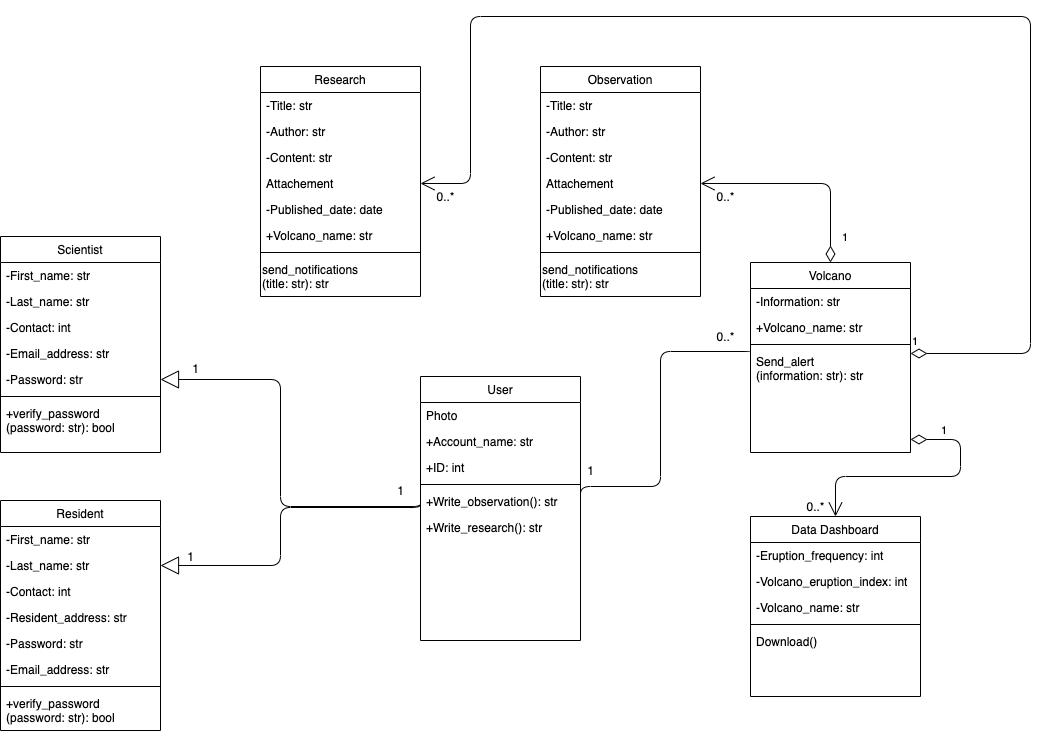
Earlier version of the draw.io export images/Class diagram.png (Longfei-CLF/coursework-1-Longfei-CLF). Source tidied: cells renumbered, new cells last; positions are measured from the earlier drawing's top-left corner, leaving out a move shared by most shapes.
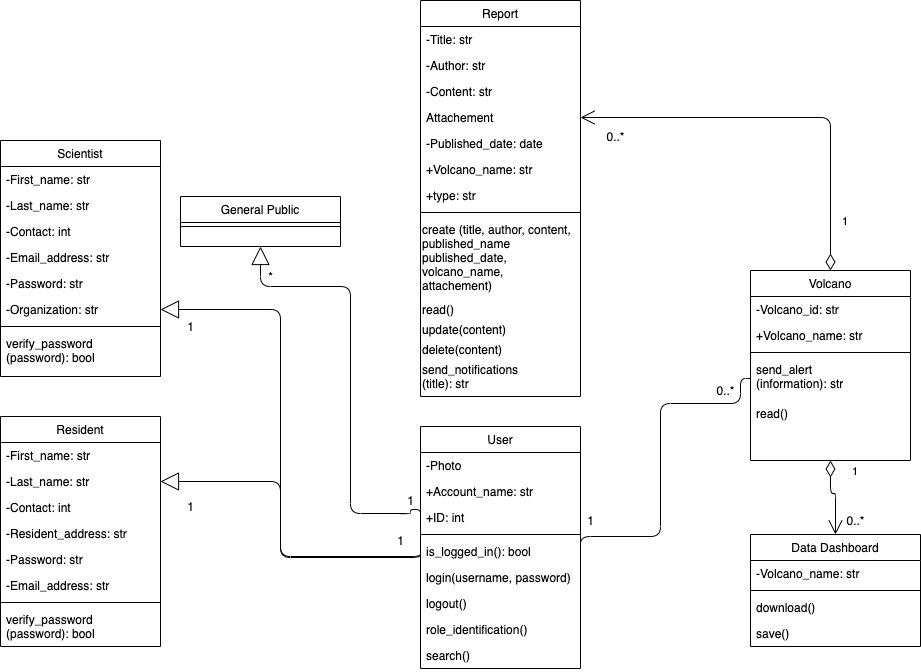
After the commit.

Commit message:
update class diagram

What changed in the source:
```diff
@@ -5,3 +5,3 @@
     <mxCell id="2" value="Scientist" style="swimlane;fontStyle=0;align=center;verticalAlign=top;horizontal=1;startSize=26;rounded=0;shadow=0;strokeWidth=1;" parent="1" vertex="1">
-      <mxGeometry y="220" width="160" height="216" as="geometry" />
+      <mxGeometry y="74" width="160" height="236" as="geometry" />
     </mxCell>
@@ -19,15 +19,18 @@
     </mxCell>
+    <mxCell id="69" value="-Password: str" style="text;align=left;verticalAlign=top;spacingLeft=4;spacingRight=4;overflow=hidden;" parent="2" vertex="1">
+      <mxGeometry y="130" width="160" height="26" as="geometry" />
+    </mxCell>
-    <mxCell id="7" value="-Password: str" style="text;align=left;verticalAlign=top;spacingLeft=4;spacingRight=4;overflow=hidden;points=[[0,0.5],[1,0.5]];portConstraint=eastwest;" parent="2" vertex="1">
-      <mxGeometry y="130" width="160" height="26" as="geometry" />
+    <mxCell id="7" value="-Organization: str" style="text;align=left;verticalAlign=top;spacingLeft=4;spacingRight=4;overflow=hidden;points=[[0,0.5],[1,0.5]];portConstraint=eastwest;" parent="2" vertex="1">
+      <mxGeometry y="156" width="160" height="26" as="geometry" />
     </mxCell>
     <mxCell id="8" style="line;html=1;strokeWidth=1;align=left;verticalAlign=middle;spacingTop=-1;spacingLeft=3;spacingRight=3;labelPosition=right;" parent="2" vertex="1">
-      <mxGeometry y="156" width="160" height="8" as="geometry" />
+      <mxGeometry y="182" width="160" height="8" as="geometry" />
     </mxCell>
-    <mxCell id="9" value="+verify_password&#10;(password: str): bool" style="text;align=left;verticalAlign=top;spacingLeft=4;spacingRight=4;overflow=hidden;" parent="2" vertex="1">
-      <mxGeometry y="164" width="160" height="46" as="geometry" />
+    <mxCell id="9" value="verify_password&#10;(password): bool" style="text;align=left;verticalAlign=top;spacingLeft=4;spacingRight=4;overflow=hidden;" parent="2" vertex="1">
+      <mxGeometry y="190" width="160" height="46" as="geometry" />
     </mxCell>
     <mxCell id="10" value="Volcano" style="swimlane;fontStyle=0;align=center;verticalAlign=top;horizontal=1;startSize=26;rounded=0;shadow=0;strokeWidth=1;" parent="1" vertex="1">
-      <mxGeometry x="750" y="246" width="160" height="190" as="geometry" />
+      <mxGeometry x="750" y="204" width="160" height="190" as="geometry" />
     </mxCell>
-    <mxCell id="11" value="-Information: str" style="text;align=left;verticalAlign=top;spacingLeft=4;spacingRight=4;overflow=hidden;" parent="10" vertex="1">
+    <mxCell id="11" value="-Volcano_id: str" style="text;align=left;verticalAlign=top;spacingLeft=4;spacingRight=4;overflow=hidden;" parent="10" vertex="1">
       <mxGeometry y="26" width="160" height="26" as="geometry" />
@@ -40,9 +43,12 @@
     </mxCell>
-    <mxCell id="14" value="Send_alert&#10;(information: str): str" style="text;align=left;verticalAlign=top;spacingLeft=4;spacingRight=4;overflow=hidden;points=[[0,0.5],[1,0.5]];portConstraint=eastwest;" parent="10" vertex="1">
+    <mxCell id="14" value="send_alert&#10;(information): str" style="text;align=left;verticalAlign=top;spacingLeft=4;spacingRight=4;overflow=hidden;points=[[0,0.5],[1,0.5]];portConstraint=eastwest;" parent="10" vertex="1">
       <mxGeometry y="86" width="160" height="44" as="geometry" />
     </mxCell>
+    <mxCell id="70" value="read()" style="text;align=left;verticalAlign=top;spacingLeft=4;spacingRight=4;overflow=hidden;" parent="10" vertex="1">
+      <mxGeometry y="130" width="160" height="20" as="geometry" />
+    </mxCell>
     <mxCell id="15" value="User" style="swimlane;fontStyle=0;align=center;verticalAlign=top;horizontal=1;startSize=26;rounded=0;shadow=0;strokeWidth=1;" parent="1" vertex="1">
-      <mxGeometry x="420" y="360" width="160" height="264" as="geometry" />
+      <mxGeometry x="420" y="360" width="160" height="242" as="geometry" />
     </mxCell>
-    <mxCell id="16" value="Photo" style="text;align=left;verticalAlign=top;spacingLeft=4;spacingRight=4;overflow=hidden;" parent="15" vertex="1">
+    <mxCell id="16" value="-Photo" style="text;align=left;verticalAlign=top;spacingLeft=4;spacingRight=4;overflow=hidden;" parent="15" vertex="1">
       <mxGeometry y="26" width="160" height="26" as="geometry" />
@@ -58,10 +64,19 @@
     </mxCell>
-    <mxCell id="20" value="+Write_observation(): str" style="text;align=left;verticalAlign=top;spacingLeft=4;spacingRight=4;overflow=hidden;points=[[0,0.5],[1,0.5]];portConstraint=eastwest;" parent="15" vertex="1">
+    <mxCell id="20" value="is_logged_in(): bool" style="text;align=left;verticalAlign=top;spacingLeft=4;spacingRight=4;overflow=hidden;points=[[0,0.5],[1,0.5]];portConstraint=eastwest;" parent="15" vertex="1">
       <mxGeometry y="112" width="160" height="26" as="geometry" />
     </mxCell>
-    <mxCell id="21" value="+Write_research(): str" style="text;align=left;verticalAlign=top;spacingLeft=4;spacingRight=4;overflow=hidden;" parent="15" vertex="1">
+    <mxCell id="21" value="login(username, password) " style="text;align=left;verticalAlign=top;spacingLeft=4;spacingRight=4;overflow=hidden;" parent="15" vertex="1">
       <mxGeometry y="138" width="160" height="26" as="geometry" />
     </mxCell>
+    <mxCell id="71" value="logout() " style="text;align=left;verticalAlign=top;spacingLeft=4;spacingRight=4;overflow=hidden;" parent="15" vertex="1">
+      <mxGeometry y="164" width="160" height="26" as="geometry" />
+    </mxCell>
+    <mxCell id="72" value="role_identification() " style="text;align=left;verticalAlign=top;spacingLeft=4;spacingRight=4;overflow=hidden;" parent="15" vertex="1">
+      <mxGeometry y="190" width="160" height="26" as="geometry" />
+    </mxCell>
+    <mxCell id="73" value="search() " style="text;align=left;verticalAlign=top;spacingLeft=4;spacingRight=4;overflow=hidden;" parent="15" vertex="1">
+      <mxGeometry y="216" width="160" height="26" as="geometry" />
+    </mxCell>
-    <mxCell id="22" value="Observation" style="swimlane;fontStyle=0;align=center;verticalAlign=top;horizontal=1;startSize=26;rounded=0;shadow=0;strokeWidth=1;" parent="1" vertex="1">
-      <mxGeometry x="540" y="50" width="160" height="230" as="geometry" />
+    <mxCell id="22" value="Report" style="swimlane;fontStyle=0;align=center;verticalAlign=top;horizontal=1;startSize=26;rounded=0;shadow=0;strokeWidth=1;" parent="1" vertex="1">
+      <mxGeometry x="420" y="-66" width="160" height="396" as="geometry" />
     </mxCell>
@@ -82,40 +97,28 @@
     </mxCell>
+    <mxCell id="37" value="+Volcano_name: str" style="text;align=left;verticalAlign=top;spacingLeft=4;spacingRight=4;overflow=hidden;" parent="22" vertex="1">
+      <mxGeometry y="156" width="160" height="26" as="geometry" />
+    </mxCell>
-    <mxCell id="28" value="+Volcano_name: str" style="text;align=left;verticalAlign=top;spacingLeft=4;spacingRight=4;overflow=hidden;" parent="22" vertex="1">
-      <mxGeometry y="156" width="160" height="26" as="geometry" />
+    <mxCell id="28" value="+type: str" style="text;align=left;verticalAlign=top;spacingLeft=4;spacingRight=4;overflow=hidden;" parent="22" vertex="1">
+      <mxGeometry y="182" width="160" height="26" as="geometry" />
     </mxCell>
     <mxCell id="29" style="line;html=1;strokeWidth=1;align=left;verticalAlign=middle;spacingTop=-1;spacingLeft=3;spacingRight=3;labelPosition=right;" parent="22" vertex="1">
-      <mxGeometry y="182" width="160" height="8" as="geometry" />
+      <mxGeometry y="208" width="160" height="8" as="geometry" />
     </mxCell>
-    <mxCell id="30" value="send_notifications&lt;br&gt;(title: str): str" style="text;html=1;" parent="22" vertex="1">
-      <mxGeometry y="190" width="160" height="40" as="geometry" />
-    </mxCell>
-    <mxCell id="31" value="Research" style="swimlane;fontStyle=0;align=center;verticalAlign=top;horizontal=1;startSize=26;rounded=0;shadow=0;strokeWidth=1;" parent="1" vertex="1">
-      <mxGeometry x="260" y="50" width="160" height="230" as="geometry" />
-    </mxCell>
-    <mxCell id="32" value="-Title: str" style="text;align=left;verticalAlign=top;spacingLeft=4;spacingRight=4;overflow=hidden;" parent="31" vertex="1">
-      <mxGeometry y="26" width="160" height="26" as="geometry" />
-    </mxCell>
-    <mxCell id="33" value="-Author: str" style="text;align=left;verticalAlign=top;spacingLeft=4;spacingRight=4;overflow=hidden;" parent="31" vertex="1">
-      <mxGeometry y="52" width="160" height="26" as="geometry" />
-    </mxCell>
-    <mxCell id="34" value="-Content: str" style="text;align=left;verticalAlign=top;spacingLeft=4;spacingRight=4;overflow=hidden;" parent="31" vertex="1">
-      <mxGeometry y="78" width="160" height="26" as="geometry" />
-    </mxCell>
-    <mxCell id="35" value="Attachement" style="text;align=left;verticalAlign=top;spacingLeft=4;spacingRight=4;overflow=hidden;points=[[0,0.5],[1,0.5]];portConstraint=eastwest;" parent="31" vertex="1">
-      <mxGeometry y="104" width="160" height="26" as="geometry" />
-    </mxCell>
-    <mxCell id="36" value="-Published_date: date" style="text;align=left;verticalAlign=top;spacingLeft=4;spacingRight=4;overflow=hidden;" parent="31" vertex="1">
-      <mxGeometry y="130" width="160" height="26" as="geometry" />
-    </mxCell>
-    <mxCell id="37" value="+Volcano_name: str" style="text;align=left;verticalAlign=top;spacingLeft=4;spacingRight=4;overflow=hidden;" parent="31" vertex="1">
-      <mxGeometry y="156" width="160" height="26" as="geometry" />
-    </mxCell>
-    <mxCell id="38" style="line;html=1;strokeWidth=1;align=left;verticalAlign=middle;spacingTop=-1;spacingLeft=3;spacingRight=3;labelPosition=right;" parent="31" vertex="1">
-      <mxGeometry y="182" width="160" height="8" as="geometry" />
-    </mxCell>
-    <mxCell id="39" value="send_notifications&lt;br&gt;(title: str): str" style="text;html=1;" parent="31" vertex="1">
-      <mxGeometry y="190" width="160" height="40" as="geometry" />
-    </mxCell>
+    <mxCell id="74" value="create (title, author,&amp;nbsp;content, &lt;br&gt;published_name&lt;br&gt;published_date, &lt;br&gt;volcano_name,&lt;br&gt;attachement)" style="text;html=1;" parent="22" vertex="1">
+      <mxGeometry y="216" width="160" height="80" as="geometry" />
+    </mxCell>
+    <mxCell id="75" value="read()" style="text;html=1;" parent="22" vertex="1">
+      <mxGeometry y="296" width="160" height="20" as="geometry" />
+    </mxCell>
+    <mxCell id="76" value="update(content)" style="text;html=1;" parent="22" vertex="1">
+      <mxGeometry y="316" width="160" height="20" as="geometry" />
+    </mxCell>
+    <mxCell id="77" value="delete(content)" style="text;html=1;" parent="22" vertex="1">
+      <mxGeometry y="336" width="160" height="20" as="geometry" />
+    </mxCell>
+    <mxCell id="78" value="send_notifications&lt;br&gt;(title): str" style="text;html=1;" parent="22" vertex="1">
+      <mxGeometry y="356" width="160" height="40" as="geometry" />
+    </mxCell>
     <mxCell id="40" value="Resident" style="swimlane;fontStyle=0;align=center;verticalAlign=top;horizontal=1;startSize=26;rounded=0;shadow=0;strokeWidth=1;" parent="1" vertex="1">
-      <mxGeometry y="484" width="160" height="230" as="geometry" />
+      <mxGeometry y="350" width="160" height="230" as="geometry" />
     </mxCell>
@@ -142,3 +145,3 @@
     </mxCell>
-    <mxCell id="48" value="+verify_password&#10;(password: str): bool" style="text;align=left;verticalAlign=top;spacingLeft=4;spacingRight=4;overflow=hidden;" parent="40" vertex="1">
+    <mxCell id="48" value="verify_password&#10;(password): bool" style="text;align=left;verticalAlign=top;spacingLeft=4;spacingRight=4;overflow=hidden;" parent="40" vertex="1">
       <mxGeometry y="190" width="160" height="40" as="geometry" />
@@ -150,3 +153,3 @@
           <mxPoint x="280" y="490" />
-          <mxPoint x="280" y="363" />
+          <mxPoint x="280" y="243" />
         </Array>
@@ -159,3 +162,3 @@
           <mxPoint x="280" y="491" />
-          <mxPoint x="280" y="549" />
+          <mxPoint x="280" y="415" />
         </Array>
@@ -164,22 +167,18 @@
     <mxCell id="51" value="Data Dashboard" style="swimlane;fontStyle=0;align=center;verticalAlign=top;horizontal=1;startSize=26;rounded=0;shadow=0;strokeWidth=1;" parent="1" vertex="1">
-      <mxGeometry x="750" y="500" width="170" height="180" as="geometry" />
+      <mxGeometry x="750" y="468" width="170" height="112" as="geometry" />
     </mxCell>
-    <mxCell id="52" value="-Eruption_frequency: int" style="text;align=left;verticalAlign=top;spacingLeft=4;spacingRight=4;overflow=hidden;" parent="51" vertex="1">
-      <mxGeometry y="26" width="170" height="26" as="geometry" />
-    </mxCell>
-    <mxCell id="53" value="-Volcano_eruption_index: int" style="text;align=left;verticalAlign=top;spacingLeft=4;spacingRight=4;overflow=hidden;" parent="51" vertex="1">
-      <mxGeometry y="52" width="170" height="26" as="geometry" />
-    </mxCell>
     <mxCell id="54" value="-Volcano_name: str" style="text;align=left;verticalAlign=top;spacingLeft=4;spacingRight=4;overflow=hidden;" parent="51" vertex="1">
-      <mxGeometry y="78" width="170" height="26" as="geometry" />
+      <mxGeometry y="26" width="170" height="26" as="geometry" />
     </mxCell>
     <mxCell id="55" style="line;html=1;strokeWidth=1;align=left;verticalAlign=middle;spacingTop=-1;spacingLeft=3;spacingRight=3;labelPosition=right;" parent="51" vertex="1">
-      <mxGeometry y="104" width="170" height="8" as="geometry" />
+      <mxGeometry y="52" width="170" height="8" as="geometry" />
     </mxCell>
+    <mxCell id="79" value="download()" style="text;align=left;verticalAlign=top;spacingLeft=4;spacingRight=4;overflow=hidden;" parent="51" vertex="1">
+      <mxGeometry y="60" width="170" height="26" as="geometry" />
+    </mxCell>
-    <mxCell id="56" value="Download()" style="text;align=left;verticalAlign=top;spacingLeft=4;spacingRight=4;overflow=hidden;" parent="51" vertex="1">
-      <mxGeometry y="112" width="170" height="26" as="geometry" />
+    <mxCell id="56" value="save()" style="text;align=left;verticalAlign=top;spacingLeft=4;spacingRight=4;overflow=hidden;" parent="51" vertex="1">
+      <mxGeometry y="86" width="170" height="26" as="geometry" />
     </mxCell>
-    <mxCell id="57" style="endArrow=none;html=1;edgeStyle=orthogonalEdgeStyle;entryX=0;entryY=0.5;entryDx=0;entryDy=0;exitX=1;exitY=0.5;exitDx=0;exitDy=0;" parent="1" edge="1" source="20">
+    <mxCell id="57" style="endArrow=none;html=1;edgeStyle=orthogonalEdgeStyle;entryX=0;entryY=0.5;entryDx=0;entryDy=0;exitX=1;exitY=0.5;exitDx=0;exitDy=0;" parent="1" edge="1" source="20" target="14">
       <mxGeometry relative="1" as="geometry">
-        <mxPoint x="750" y="337" as="targetPoint" />
         <Array as="points">
@@ -187,4 +186,4 @@
           <mxPoint x="660" y="470" />
-          <mxPoint x="660" y="335" />
-          <mxPoint x="750" y="335" />
+          <mxPoint x="660" y="337" />
+          <mxPoint x="740" y="337" />
         </Array>
@@ -192,17 +191,6 @@
     </mxCell>
-    <mxCell id="58" value="1" style="endArrow=open;html=1;endSize=12;startArrow=diamondThin;startSize=14;startFill=0;edgeStyle=orthogonalEdgeStyle;align=left;verticalAlign=bottom;exitX=1;exitY=0.5;exitDx=0;exitDy=0;entryX=1;entryY=0.5;entryDx=0;entryDy=0;" parent="1" edge="1" target="35">
-      <mxGeometry x="-1" y="3" relative="1" as="geometry">
-        <mxPoint x="910" y="337" as="sourcePoint" />
-        <Array as="points">
-          <mxPoint x="1030" y="337" />
-          <mxPoint x="1030" />
-          <mxPoint x="470" />
-          <mxPoint x="470" y="167" />
-        </Array>
-      </mxGeometry>
-    </mxCell>
     <mxCell id="59" value="1" style="endArrow=open;html=1;endSize=12;startArrow=diamondThin;startSize=14;startFill=0;edgeStyle=orthogonalEdgeStyle;align=left;verticalAlign=bottom;entryX=1;entryY=0.5;entryDx=0;entryDy=0;exitX=0.5;exitY=0;exitDx=0;exitDy=0;" parent="1" edge="1" source="10" target="26">
-      <mxGeometry x="-0.85" y="-10" relative="1" as="geometry">
+      <mxGeometry x="-0.8" y="-10" relative="1" as="geometry">
         <Array as="points">
-          <mxPoint x="830" y="167" />
+          <mxPoint x="830" y="51" />
         </Array>
@@ -210,11 +198,9 @@
     </mxCell>
-    <mxCell id="60" value="1" style="endArrow=open;html=1;endSize=12;startArrow=diamondThin;startSize=14;startFill=0;edgeStyle=orthogonalEdgeStyle;align=left;verticalAlign=bottom;entryX=0.5;entryY=0;entryDx=0;entryDy=0;" parent="1" edge="1" target="51">
-      <mxGeometry x="-0.76" relative="1" as="geometry">
-        <mxPoint x="910" y="423" as="sourcePoint" />
+    <mxCell id="60" value="1" style="endArrow=open;html=1;endSize=12;startArrow=diamondThin;startSize=14;startFill=0;edgeStyle=orthogonalEdgeStyle;align=left;verticalAlign=bottom;entryX=0.5;entryY=0;entryDx=0;entryDy=0;exitX=0.5;exitY=1;exitDx=0;exitDy=0;" parent="1" edge="1" source="10" target="51">
+      <mxGeometry x="-0.04" y="20" relative="1" as="geometry">
         <Array as="points">
-          <mxPoint x="960" y="423" />
-          <mxPoint x="960" y="460" />
-          <mxPoint x="835" y="460" />
+          <mxPoint x="830" y="427" />
+          <mxPoint x="835" y="427" />
         </Array>
-        <mxPoint x="-1" as="offset" />
+        <mxPoint x="-5" y="-13" as="offset" />
       </mxGeometry>
@@ -222,3 +208,3 @@
     <mxCell id="61" value="1" style="text;html=1;align=center;verticalAlign=middle;" parent="1" vertex="1">
-      <mxGeometry x="185" y="342" width="20" height="20" as="geometry" />
+      <mxGeometry x="180" y="250" width="20" height="20" as="geometry" />
     </mxCell>
@@ -228,3 +214,3 @@
     <mxCell id="63" value="1" style="text;html=1;align=center;verticalAlign=middle;" parent="1" vertex="1">
-      <mxGeometry x="180" y="530" width="20" height="20" as="geometry" />
+      <mxGeometry x="180" y="430" width="20" height="20" as="geometry" />
     </mxCell>
@@ -234,13 +220,34 @@
     <mxCell id="65" value="0..*" style="text;html=1;align=center;verticalAlign=middle;" parent="1" vertex="1">
-      <mxGeometry x="800" y="480" width="30" height="20" as="geometry" />
+      <mxGeometry x="840" y="444" width="30" height="20" as="geometry" />
     </mxCell>
     <mxCell id="66" value="0..*" style="text;html=1;align=center;verticalAlign=middle;" parent="1" vertex="1">
-      <mxGeometry x="710" y="170" width="30" height="20" as="geometry" />
+      <mxGeometry x="600" y="60" width="30" height="20" as="geometry" />
     </mxCell>
     <mxCell id="67" value="0..*" style="text;html=1;align=center;verticalAlign=middle;" parent="1" vertex="1">
-      <mxGeometry x="710" y="310" width="30" height="20" as="geometry" />
+      <mxGeometry x="710" y="314" width="30" height="20" as="geometry" />
     </mxCell>
-    <mxCell id="68" value="0..*" style="text;html=1;align=center;verticalAlign=middle;" parent="1" vertex="1">
-      <mxGeometry x="430" y="170" width="30" height="20" as="geometry" />
-    </mxCell>
+    <mxCell id="80" value="General Public" style="swimlane;fontStyle=0;align=center;verticalAlign=top;horizontal=1;startSize=26;rounded=0;shadow=0;strokeWidth=1;" parent="1" vertex="1">
+      <mxGeometry x="180" y="130" width="160" height="50" as="geometry" />
+    </mxCell>
+    <mxCell id="81" style="line;html=1;strokeWidth=1;align=left;verticalAlign=middle;spacingTop=-1;spacingLeft=3;spacingRight=3;labelPosition=right;" parent="80" vertex="1">
+      <mxGeometry y="26" width="160" height="8" as="geometry" />
+    </mxCell>
+    <mxCell id="82" style="endArrow=block;endSize=16;endFill=0;html=1;entryX=0.5;entryY=1;entryDx=0;entryDy=0;exitX=0;exitY=0.5;exitDx=0;exitDy=0;edgeStyle=orthogonalEdgeStyle;" parent="1" edge="1" source="18" target="80">
+      <mxGeometry relative="1" as="geometry">
+        <Array as="points">
+          <mxPoint x="420" y="443" />
+          <mxPoint x="410" y="443" />
+          <mxPoint x="410" y="447" />
+          <mxPoint x="350" y="447" />
+          <mxPoint x="350" y="220" />
+          <mxPoint x="260" y="220" />
+        </Array>
+      </mxGeometry>
+    </mxCell>
+    <mxCell id="58" value="1" style="text;html=1;align=center;verticalAlign=middle;" parent="1" vertex="1">
+      <mxGeometry x="400" y="424" width="20" height="20" as="geometry" />
+    </mxCell>
+    <mxCell id="83" value="*" style="text;html=1;align=center;verticalAlign=middle;" parent="1" vertex="1">
+      <mxGeometry x="260" y="200" width="20" height="20" as="geometry" />
+    </mxCell>
   </root>
```
